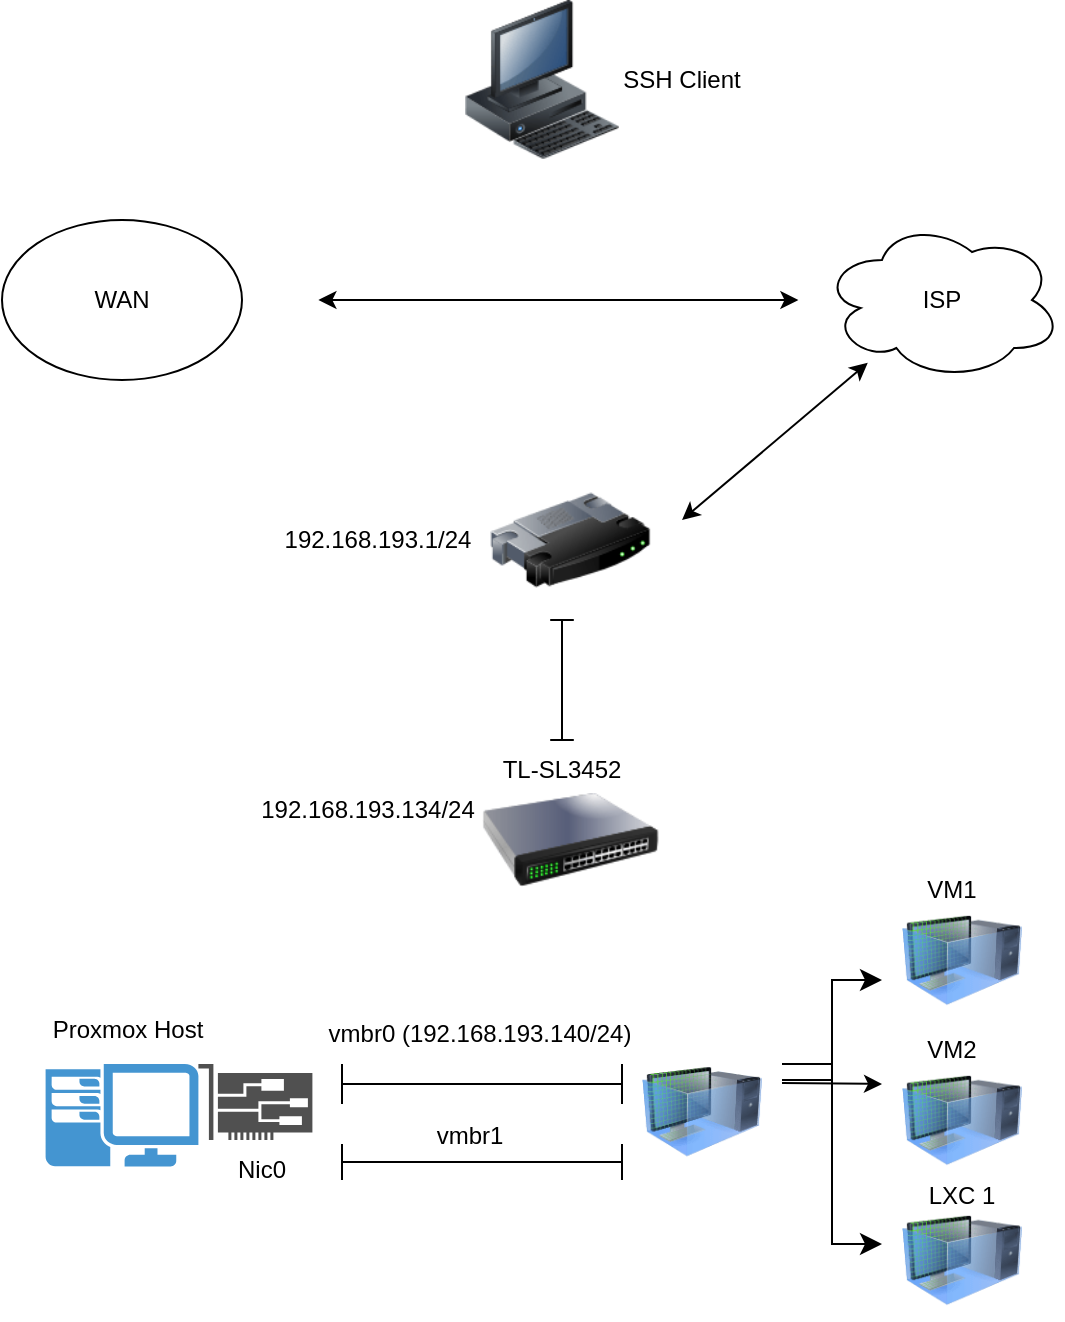
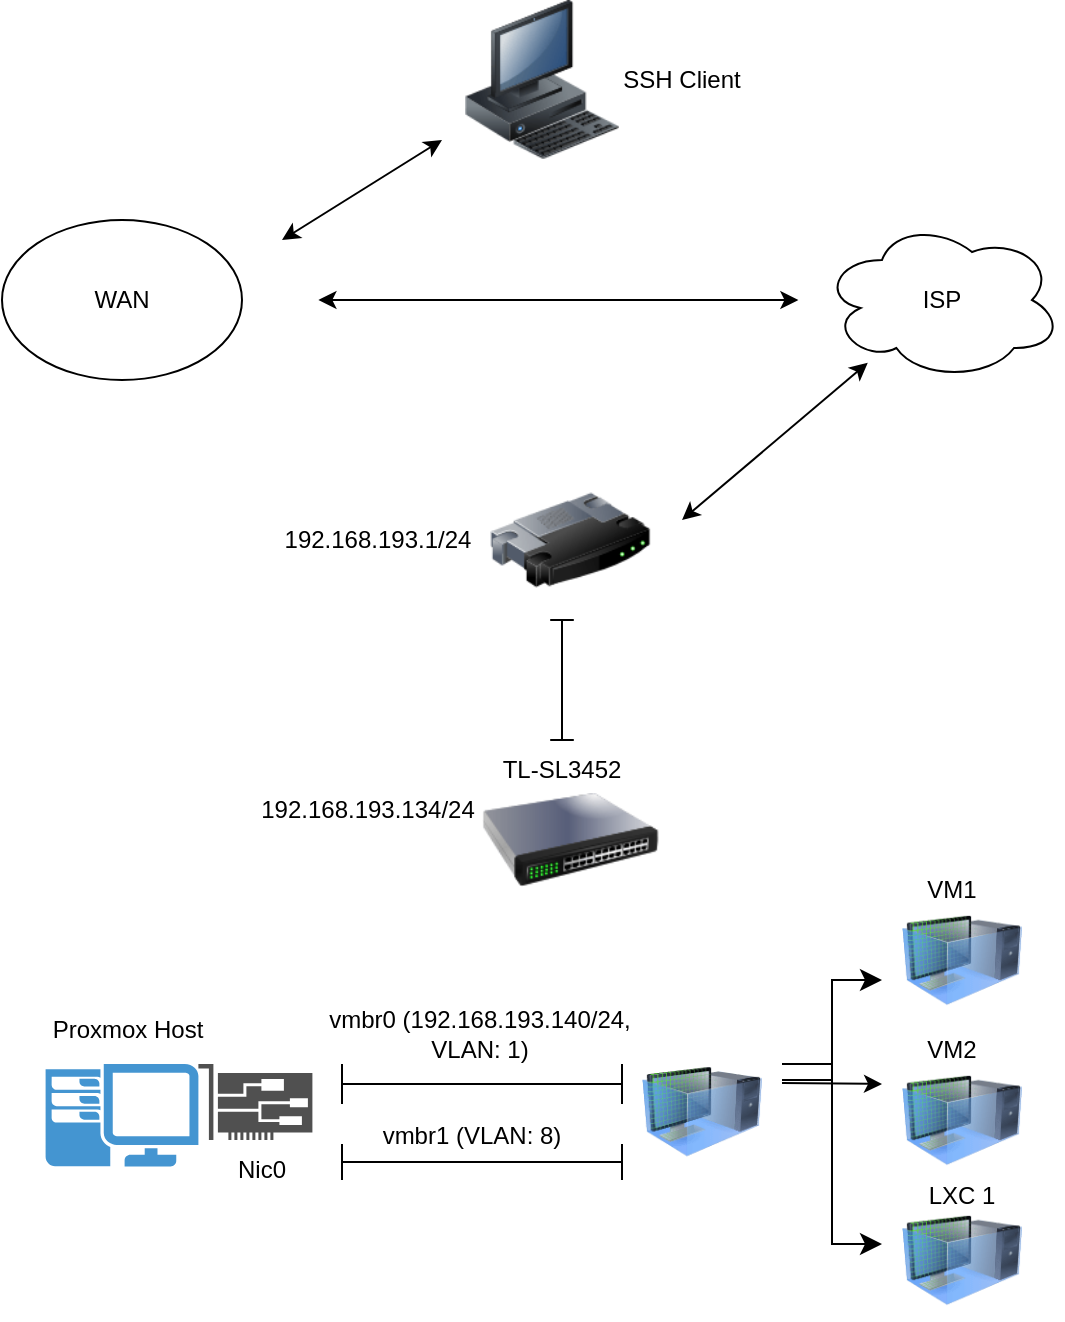
<mxfile host="app.diagrams.net">
  <diagram name="Page-1" id="zP4Ow8HyOkAsxJrq0pA5">
    <mxGraphModel dx="2054" dy="1183" grid="1" gridSize="10" guides="1" tooltips="1" connect="1" arrows="1" fold="1" page="1" pageScale="1" pageWidth="850" pageHeight="1100" math="0" shadow="0">
      <root>
        <mxCell id="0" />
        <mxCell id="1" parent="0" />
        <mxCell id="B65suDjGjgTJ9sO3S6Rg-1" parent="1" style="ellipse;whiteSpace=wrap;html=1;" value="WAN" vertex="1">
          <mxGeometry height="80" width="120" x="90" y="120" as="geometry" />
        </mxCell>
        <mxCell id="B65suDjGjgTJ9sO3S6Rg-2" parent="1" style="ellipse;shape=cloud;whiteSpace=wrap;html=1;" value="ISP" vertex="1">
          <mxGeometry height="80" width="120" x="500" y="120" as="geometry" />
        </mxCell>
        <mxCell id="B65suDjGjgTJ9sO3S6Rg-4" edge="1" parent="1" style="endArrow=classic;html=1;rounded=0;endFill=1;startArrow=classic;startFill=1;" value="">
          <mxGeometry height="50" relative="1" width="50" as="geometry">
            <mxPoint x="248.2" y="160" as="sourcePoint" />
            <mxPoint x="488.2" y="160" as="targetPoint" />
          </mxGeometry>
        </mxCell>
        <mxCell id="B65suDjGjgTJ9sO3S6Rg-5" parent="1" style="image;html=1;image=img/lib/clip_art/computers/Workstation_128x128.png" value="" vertex="1">
          <mxGeometry height="80" width="80" x="320" y="10" as="geometry" />
        </mxCell>
        <mxCell id="B65suDjGjgTJ9sO3S6Rg-6" parent="1" style="image;html=1;image=img/lib/clip_art/networking/Router_128x128.png" value="" vertex="1">
          <mxGeometry height="80" width="80" x="334.09999999999997" y="240" as="geometry" />
        </mxCell>
        <mxCell id="B65suDjGjgTJ9sO3S6Rg-7" parent="1" style="image;html=1;image=img/lib/clip_art/networking/Switch_128x128.png" value="" vertex="1">
          <mxGeometry height="80" width="88.2" x="330" y="390" as="geometry" />
        </mxCell>
        <mxCell id="B65suDjGjgTJ9sO3S6Rg-8" parent="1" style="pointerEvents=1;shadow=0;dashed=0;html=1;strokeColor=none;fillColor=#4495D1;labelPosition=center;verticalLabelPosition=bottom;verticalAlign=top;align=center;outlineConnect=0;shape=mxgraph.veeam.2d.workstation;" value="" vertex="1">
          <mxGeometry height="51.2" width="76.4" x="111.80000000000001" y="542" as="geometry" />
        </mxCell>
        <mxCell id="B65suDjGjgTJ9sO3S6Rg-9" parent="1" style="sketch=0;pointerEvents=1;shadow=0;dashed=0;html=1;strokeColor=none;fillColor=#505050;labelPosition=center;verticalLabelPosition=bottom;verticalAlign=top;outlineConnect=0;align=center;shape=mxgraph.office.devices.nic;" value="" vertex="1">
          <mxGeometry height="38" width="57" x="188.2" y="542" as="geometry" />
        </mxCell>
        <mxCell id="PM2nW5d5bkd0yUUsg2_K-1" parent="1" style="image;html=1;image=img/lib/clip_art/computers/Virtual_Machine_128x128.png" value="" vertex="1">
          <mxGeometry height="65" width="60" x="410" y="533.2" as="geometry" />
        </mxCell>
        <mxCell id="PM2nW5d5bkd0yUUsg2_K-2" parent="1" style="image;html=1;image=img/lib/clip_art/computers/Virtual_Machine_128x128.png" value="" vertex="1">
          <mxGeometry height="60" width="60" x="540" y="460" as="geometry" />
        </mxCell>
        <mxCell id="PM2nW5d5bkd0yUUsg2_K-3" parent="1" style="image;html=1;image=img/lib/clip_art/computers/Virtual_Machine_128x128.png" value="" vertex="1">
          <mxGeometry height="60" width="60" x="540" y="540" as="geometry" />
        </mxCell>
        <mxCell id="PM2nW5d5bkd0yUUsg2_K-4" parent="1" style="image;html=1;image=img/lib/clip_art/computers/Virtual_Machine_128x128.png" value="" vertex="1">
          <mxGeometry height="60" width="60" x="540" y="610" as="geometry" />
        </mxCell>
        <mxCell id="PM2nW5d5bkd0yUUsg2_K-5" parent="1" style="text;html=1;whiteSpace=wrap;strokeColor=none;fillColor=none;align=center;verticalAlign=middle;rounded=0;autosize=1;resizable=0;" value="TL-SL3452" vertex="1">
          <mxGeometry height="30" width="80" x="330" y="380" as="geometry" />
        </mxCell>
        <mxCell id="PM2nW5d5bkd0yUUsg2_K-6" parent="1" style="text;html=1;whiteSpace=wrap;strokeColor=none;fillColor=none;align=center;verticalAlign=middle;rounded=0;autosize=1;resizable=0;" value="192.168.193.134/24" vertex="1">
          <mxGeometry height="30" width="130" x="208.2" y="400" as="geometry" />
        </mxCell>
        <mxCell id="PM2nW5d5bkd0yUUsg2_K-7" parent="1" style="text;html=1;whiteSpace=wrap;strokeColor=none;fillColor=none;align=center;verticalAlign=middle;rounded=0;autosize=1;resizable=0;" value="Proxmox Host" vertex="1">
          <mxGeometry height="30" width="100" x="103.4" y="510" as="geometry" />
        </mxCell>
        <mxCell id="PM2nW5d5bkd0yUUsg2_K-8" edge="1" parent="1" style="endArrow=classic;html=1;rounded=0;endFill=1;startArrow=classic;startFill=1;" target="B65suDjGjgTJ9sO3S6Rg-2" value="">
          <mxGeometry height="50" relative="1" width="50" as="geometry">
            <mxPoint x="430" y="270" as="sourcePoint" />
            <mxPoint x="710" y="260" as="targetPoint" />
          </mxGeometry>
        </mxCell>
        <mxCell id="PM2nW5d5bkd0yUUsg2_K-9" parent="1" style="text;html=1;whiteSpace=wrap;strokeColor=none;fillColor=none;align=center;verticalAlign=middle;rounded=0;autosize=1;resizable=0;" value="192.168.193.1/24" vertex="1">
          <mxGeometry height="30" width="120" x="218.2" y="265" as="geometry" />
        </mxCell>
        <mxCell id="PM2nW5d5bkd0yUUsg2_K-10" parent="1" style="shape=crossbar;whiteSpace=wrap;html=1;rounded=1;direction=south;" value="" vertex="1">
          <mxGeometry height="60" width="11.8" x="364.09999999999997" y="320" as="geometry" />
        </mxCell>
        <mxCell id="PM2nW5d5bkd0yUUsg2_K-13" parent="1" style="shape=crossbar;whiteSpace=wrap;html=1;rounded=1;" value="" vertex="1">
          <mxGeometry height="20" width="140" x="260" y="542" as="geometry" />
        </mxCell>
        <mxCell id="PM2nW5d5bkd0yUUsg2_K-14" parent="1" style="shape=crossbar;whiteSpace=wrap;html=1;rounded=1;" value="" vertex="1">
          <mxGeometry height="18" width="140" x="260" y="582" as="geometry" />
        </mxCell>
-         <mxCell id="PM2nW5d5bkd0yUUsg2_K-15" parent="1" style="text;html=1;whiteSpace=wrap;strokeColor=none;fillColor=none;align=center;verticalAlign=middle;rounded=0;autosize=1;resizable=0;" value="vmbr0 (192.168.193.140/24)" vertex="1">
-           <mxGeometry height="30" width="170" x="244.10000000000002" y="512" as="geometry" />
+         <mxCell id="PM2nW5d5bkd0yUUsg2_K-15" parent="1" style="text;html=1;whiteSpace=wrap;strokeColor=none;fillColor=none;align=center;verticalAlign=middle;rounded=0;autosize=1;resizable=0;" value="vmbr0 (192.168.193.140/24,&lt;br&gt;VLAN: 1)" vertex="1">
+           <mxGeometry height="40" width="170" x="244.10000000000002" y="507" as="geometry" />
        </mxCell>
-         <mxCell id="PM2nW5d5bkd0yUUsg2_K-16" parent="1" style="text;html=1;whiteSpace=wrap;strokeColor=none;fillColor=none;align=center;verticalAlign=middle;rounded=0;autosize=1;resizable=0;" value="vmbr1" vertex="1">
-           <mxGeometry height="30" width="60" x="294.1" y="563.2" as="geometry" />
+         <mxCell id="PM2nW5d5bkd0yUUsg2_K-16" parent="1" style="text;html=1;whiteSpace=wrap;strokeColor=none;fillColor=none;align=center;verticalAlign=middle;rounded=0;autosize=1;resizable=0;" value="vmbr1 (VLAN: 8)" vertex="1">
+           <mxGeometry height="30" width="110" x="270.1" y="563.2" as="geometry" />
        </mxCell>
        <mxCell id="PM2nW5d5bkd0yUUsg2_K-17" parent="1" style="text;html=1;whiteSpace=wrap;strokeColor=none;fillColor=none;align=center;verticalAlign=middle;rounded=0;autosize=1;resizable=0;" value="Nic0" vertex="1">
          <mxGeometry height="30" width="50" x="195.20000000000002" y="580" as="geometry" />
        </mxCell>
        <mxCell id="PM2nW5d5bkd0yUUsg2_K-19" edge="1" parent="1" style="edgeStyle=elbowEdgeStyle;elbow=horizontal;endArrow=classic;html=1;curved=0;rounded=0;endSize=8;startSize=8;" value="">
          <mxGeometry height="50" relative="1" width="50" as="geometry">
            <Array as="points">
              <mxPoint x="505" y="542" />
            </Array>
            <mxPoint x="480" y="550" as="sourcePoint" />
            <mxPoint x="530" y="500" as="targetPoint" />
          </mxGeometry>
        </mxCell>
        <mxCell id="PM2nW5d5bkd0yUUsg2_K-21" edge="1" parent="1" style="endArrow=classic;html=1;rounded=0;" value="">
          <mxGeometry height="50" relative="1" width="50" as="geometry">
            <mxPoint x="480" y="551.5" as="sourcePoint" />
            <mxPoint x="530" y="552" as="targetPoint" />
          </mxGeometry>
        </mxCell>
        <mxCell id="PM2nW5d5bkd0yUUsg2_K-22" edge="1" parent="1" style="edgeStyle=elbowEdgeStyle;elbow=horizontal;endArrow=classic;html=1;curved=0;rounded=0;endSize=8;startSize=8;" value="">
          <mxGeometry height="50" relative="1" width="50" as="geometry">
            <Array as="points" />
            <mxPoint x="480" y="542" as="sourcePoint" />
            <mxPoint x="530" y="632" as="targetPoint" />
          </mxGeometry>
        </mxCell>
        <mxCell id="PM2nW5d5bkd0yUUsg2_K-24" parent="1" style="text;html=1;whiteSpace=wrap;strokeColor=none;fillColor=none;align=center;verticalAlign=middle;rounded=0;autosize=1;resizable=0;" value="VM1" vertex="1">
          <mxGeometry height="30" width="50" x="540" y="440" as="geometry" />
        </mxCell>
        <mxCell id="PM2nW5d5bkd0yUUsg2_K-26" parent="1" style="text;html=1;whiteSpace=wrap;strokeColor=none;fillColor=none;align=center;verticalAlign=middle;rounded=0;autosize=1;resizable=0;" value="LXC 1" vertex="1">
          <mxGeometry height="30" width="60" x="540" y="593.2" as="geometry" />
        </mxCell>
        <mxCell id="PM2nW5d5bkd0yUUsg2_K-27" parent="1" style="text;html=1;whiteSpace=wrap;strokeColor=none;fillColor=none;align=center;verticalAlign=middle;rounded=0;autosize=1;resizable=0;" value="VM2" vertex="1">
          <mxGeometry height="30" width="50" x="540" y="520" as="geometry" />
        </mxCell>
        <mxCell id="PM2nW5d5bkd0yUUsg2_K-28" parent="1" style="text;html=1;whiteSpace=wrap;strokeColor=none;fillColor=none;align=center;verticalAlign=middle;rounded=0;autosize=1;resizable=0;" value="SSH Client" vertex="1">
          <mxGeometry height="30" width="80" x="390" y="35" as="geometry" />
        </mxCell>
+         <mxCell id="PM2nW5d5bkd0yUUsg2_K-30" edge="1" parent="1" style="endArrow=classic;startArrow=classic;html=1;rounded=0;" value="">
+           <mxGeometry height="50" relative="1" width="50" as="geometry">
+             <Array as="points" />
+             <mxPoint x="230" y="130" as="sourcePoint" />
+             <mxPoint x="310" y="80" as="targetPoint" />
+           </mxGeometry>
+         </mxCell>
      </root>
    </mxGraphModel>
  </diagram>
</mxfile>
